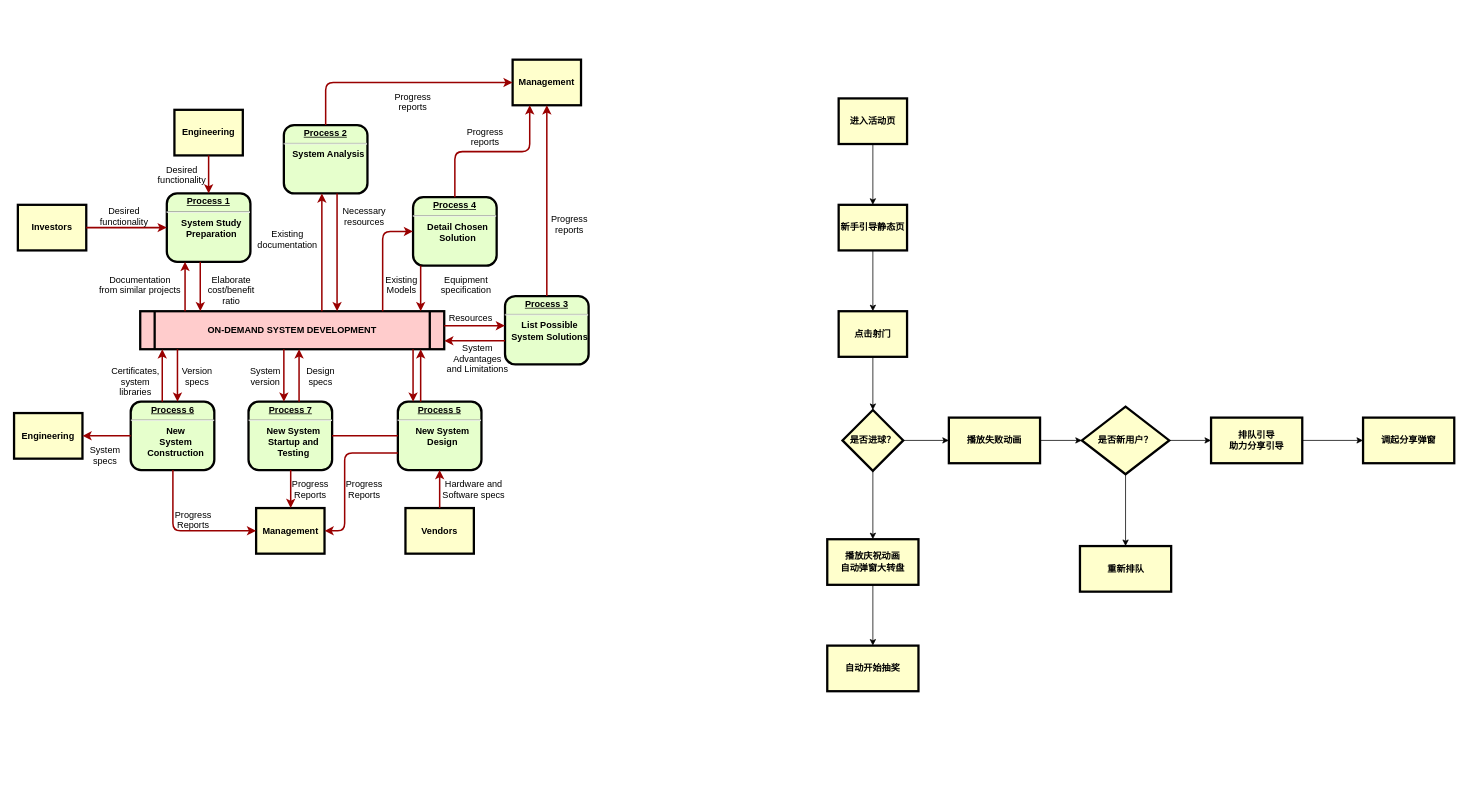
Above: 未命名绘图.drawio in ai10879432/installipa (draw.io), before the change. Source tidied: cells renumbered, new cells numbered last; positions are measured from the earlier drawing's top-left corner, leaving out a move shared by most shapes. Both pictures are drawn from the tidied source at 76%, with x=0, y=0 at pixel (14, 59).
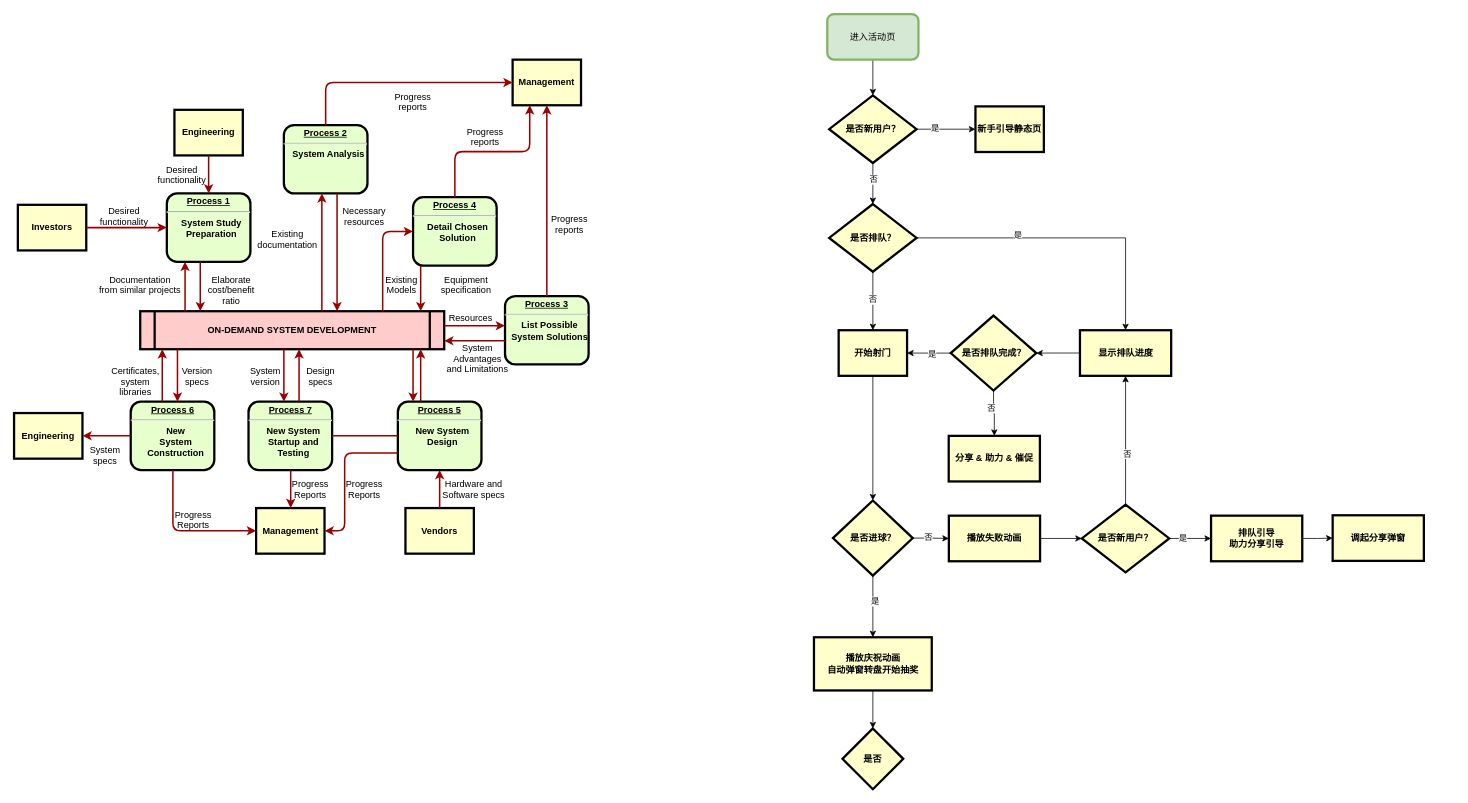
The same diagram, later.

Unchanged cells that the change refers to:
```xml
<mxCell id="69" style="edgeStyle=orthogonalEdgeStyle;rounded=0;jettySize=auto;html=1;" parent="1" edge="1" source="71" target="73">
  <mxGeometry relative="1" as="geometry" />
</mxCell>
<mxCell id="70" style="edgeStyle=orthogonalEdgeStyle;rounded=0;jettySize=auto;html=1;" parent="1" edge="1" source="71" target="76">
  <mxGeometry relative="1" as="geometry" />
</mxCell>
<mxCell id="77" style="edgeStyle=orthogonalEdgeStyle;rounded=0;jettySize=auto;html=1;" parent="1" edge="1" source="79" target="81">
  <mxGeometry relative="1" as="geometry" />
</mxCell>
```

Diff of the diagram source:
```diff
@@
-    <mxCell id="63" style="edgeStyle=orthogonalEdgeStyle;rounded=0;jettySize=auto;html=1;" parent="1" edge="1" source="64" target="66">
-      <mxGeometry relative="1" as="geometry" />
-    </mxCell>
-    <mxCell id="64" value="进入活动页" style="whiteSpace=wrap;align=center;verticalAlign=middle;fontStyle=1;strokeWidth=3;fillColor=#FFFFCC;" parent="1" vertex="1">
-      <mxGeometry x="1085" y="51" width="90" height="60" as="geometry" />
-    </mxCell>
-    <mxCell id="65" style="edgeStyle=orthogonalEdgeStyle;rounded=0;jettySize=auto;html=1;" parent="1" edge="1" source="66" target="68">
-      <mxGeometry relative="1" as="geometry" />
-    </mxCell>
     <mxCell id="66" value="新手引导静态页" style="whiteSpace=wrap;align=center;verticalAlign=middle;fontStyle=1;strokeWidth=3;fillColor=#FFFFCC;" parent="1" vertex="1">
-      <mxGeometry x="1085" y="191" width="90" height="60" as="geometry" />
+      <mxGeometry x="1265" y="61.5" width="90" height="60" as="geometry" />
     </mxCell>
@@
-    <mxCell id="68" value="点击射门" style="whiteSpace=wrap;align=center;verticalAlign=middle;fontStyle=1;strokeWidth=3;fillColor=#FFFFCC;" parent="1" vertex="1">
-      <mxGeometry x="1085" y="331" width="90" height="60" as="geometry" />
+    <mxCell id="68" value="开始射门" style="whiteSpace=wrap;align=center;verticalAlign=middle;fontStyle=1;strokeWidth=3;fillColor=#FFFFCC;" parent="1" vertex="1">
+      <mxGeometry x="1085" y="356" width="90" height="60" as="geometry" />
     </mxCell>
@@
+    <mxCell id="84" value="是" style="edgeLabel;html=1;align=center;verticalAlign=middle;" parent="69" vertex="1">
+      <mxGeometry x="-0.19" y="2" relative="1" as="geometry" />
+    </mxCell>
@@
+    <mxCell id="85" value="否" style="edgeLabel;html=1;align=center;verticalAlign=middle;" parent="70" vertex="1">
+      <mxGeometry x="-0.15" y="1" relative="1" as="geometry" />
+    </mxCell>
     <mxCell id="71" value="是否进球？" style="rhombus;whiteSpace=wrap;html=1;fillColor=#FFFFCC;fontStyle=1;strokeWidth=3;" parent="1" vertex="1">
-      <mxGeometry x="1090" y="461" width="80" height="80" as="geometry" />
+      <mxGeometry x="1077.5" y="580" width="105" height="99" as="geometry" />
     </mxCell>
-    <mxCell id="72" style="edgeStyle=orthogonalEdgeStyle;rounded=0;jettySize=auto;html=1;" parent="1" edge="1" source="73" target="74">
-      <mxGeometry relative="1" as="geometry" />
-    </mxCell>
+    <mxCell id="86" style="edgeStyle=orthogonalEdgeStyle;rounded=0;jettySize=auto;html=1;" parent="1" edge="1" source="73" target="109">
+      <mxGeometry relative="1" as="geometry" />
+    </mxCell>
-    <mxCell id="73" value="播放庆祝动画&lt;div&gt;自动弹窗大转盘&lt;/div&gt;" style="whiteSpace=wrap;html=1;fillColor=#FFFFCC;fontStyle=1;strokeWidth=3;" parent="1" vertex="1">
-      <mxGeometry x="1070" y="631" width="120" height="60" as="geometry" />
+    <mxCell id="73" value="播放庆祝动画&lt;div&gt;自动弹窗转盘开始抽奖&lt;/div&gt;" style="whiteSpace=wrap;html=1;fillColor=#FFFFCC;fontStyle=1;strokeWidth=3;" parent="1" vertex="1">
+      <mxGeometry x="1052.5" y="760" width="155" height="70" as="geometry" />
     </mxCell>
-    <mxCell id="74" value="自动开始抽奖" style="whiteSpace=wrap;html=1;fillColor=#FFFFCC;fontStyle=1;strokeWidth=3;" parent="1" vertex="1">
-      <mxGeometry x="1070" y="771" width="120" height="60" as="geometry" />
-    </mxCell>
@@
     <mxCell id="76" value="播放失败动画" style="whiteSpace=wrap;html=1;fillColor=#FFFFCC;fontStyle=1;strokeWidth=3;" parent="1" vertex="1">
-      <mxGeometry x="1230" y="471" width="120" height="60" as="geometry" />
+      <mxGeometry x="1230" y="600" width="120" height="60" as="geometry" />
     </mxCell>
@@
-    <mxCell id="78" style="edgeStyle=orthogonalEdgeStyle;rounded=0;jettySize=auto;html=1;" parent="1" edge="1" source="79" target="82">
-      <mxGeometry relative="1" as="geometry" />
-    </mxCell>
+    <mxCell id="87" value="是" style="edgeLabel;html=1;align=center;verticalAlign=middle;" parent="77" vertex="1">
+      <mxGeometry x="-0.38" y="1" relative="1" as="geometry" />
+    </mxCell>
+    <mxCell id="88" style="edgeStyle=orthogonalEdgeStyle;rounded=0;jettySize=auto;html=1;" parent="1" edge="1" source="79" target="102">
+      <mxGeometry relative="1" as="geometry" />
+    </mxCell>
+    <mxCell id="89" value="否" style="edgeLabel;html=1;align=center;verticalAlign=middle;" parent="88" vertex="1">
+      <mxGeometry x="-0.21" y="-2" relative="1" as="geometry" />
+    </mxCell>
     <mxCell id="79" value="是否新用户？" style="rhombus;whiteSpace=wrap;html=1;fillColor=#FFFFCC;fontStyle=1;strokeWidth=3;" parent="1" vertex="1">
-      <mxGeometry x="1405" y="456.5" width="115" height="89" as="geometry" />
+      <mxGeometry x="1405" y="585.5" width="115" height="89" as="geometry" />
     </mxCell>
@@
     <mxCell id="81" value="排队引导&lt;div&gt;助力分享引导&lt;/div&gt;" style="whiteSpace=wrap;html=1;fillColor=#FFFFCC;fontStyle=1;strokeWidth=3;" parent="1" vertex="1">
-      <mxGeometry x="1575" y="471" width="120" height="60" as="geometry" />
+      <mxGeometry x="1575" y="600" width="120" height="60" as="geometry" />
     </mxCell>
-    <mxCell id="82" value="重新排队" style="whiteSpace=wrap;html=1;fillColor=#FFFFCC;fontStyle=1;strokeWidth=3;" parent="1" vertex="1">
-      <mxGeometry x="1402.5" y="640" width="120" height="60" as="geometry" />
-    </mxCell>
     <mxCell id="83" value="调起分享弹窗" style="whiteSpace=wrap;html=1;fillColor=#FFFFCC;fontStyle=1;strokeWidth=3;" parent="1" vertex="1">
-      <mxGeometry x="1775" y="471" width="120" height="60" as="geometry" />
+      <mxGeometry x="1735" y="599.5" width="120" height="60" as="geometry" />
     </mxCell>
+    <mxCell id="90" style="edgeStyle=orthogonalEdgeStyle;rounded=0;jettySize=auto;html=1;" parent="1" edge="1" source="94" target="66">
+      <mxGeometry relative="1" as="geometry" />
+    </mxCell>
+    <mxCell id="91" value="是" style="edgeLabel;html=1;align=center;verticalAlign=middle;" parent="90" vertex="1">
+      <mxGeometry x="-0.38" y="2" relative="1" as="geometry" />
+    </mxCell>
+    <mxCell id="92" style="edgeStyle=orthogonalEdgeStyle;rounded=0;jettySize=auto;html=1;" parent="1" edge="1" source="94" target="100">
+      <mxGeometry relative="1" as="geometry" />
+    </mxCell>
+    <mxCell id="93" value="否" style="edgeLabel;html=1;align=center;verticalAlign=middle;" parent="92" vertex="1">
+      <mxGeometry x="-0.23" relative="1" as="geometry" />
+    </mxCell>
+    <mxCell id="94" value="是否新用户？" style="rhombus;whiteSpace=wrap;html=1;fillColor=#FFFFCC;fontStyle=1;strokeWidth=3;" parent="1" vertex="1">
+      <mxGeometry x="1072.5" y="47" width="115" height="89" as="geometry" />
+    </mxCell>
+    <mxCell id="95" style="edgeStyle=orthogonalEdgeStyle;rounded=0;jettySize=auto;html=1;" parent="1" edge="1" source="64" target="94">
+      <mxGeometry relative="1" as="geometry" />
+    </mxCell>
+    <mxCell id="64" value="进入活动页" style="rounded=1;whiteSpace=wrap;html=1;fillColor=#d5e8d4;strokeWidth=3;strokeColor=#82b366;" parent="1" vertex="1">
+      <mxGeometry x="1070" y="-60" width="120" height="60" as="geometry" />
+    </mxCell>
+    <mxCell id="96" style="edgeStyle=orthogonalEdgeStyle;rounded=0;jettySize=auto;html=1;" parent="1" edge="1" source="100" target="68">
+      <mxGeometry relative="1" as="geometry" />
+    </mxCell>
+    <mxCell id="97" value="否" style="edgeLabel;html=1;align=center;verticalAlign=middle;" parent="96" vertex="1">
+      <mxGeometry x="-0.06" y="-1" relative="1" as="geometry" />
+    </mxCell>
+    <mxCell id="98" style="edgeStyle=orthogonalEdgeStyle;rounded=0;jettySize=auto;html=1;exitX=1;exitY=0.5;exitDx=0;exitDy=0;entryX=0.5;entryY=0;entryDx=0;entryDy=0;" parent="1" edge="1" source="100" target="102">
+      <mxGeometry relative="1" as="geometry" />
+    </mxCell>
+    <mxCell id="99" value="是" style="edgeLabel;html=1;align=center;verticalAlign=middle;" parent="98" vertex="1">
+      <mxGeometry x="-0.33" y="4" relative="1" as="geometry" />
+    </mxCell>
+    <mxCell id="100" value="是否排队？" style="rhombus;whiteSpace=wrap;html=1;fillColor=#FFFFCC;fontStyle=1;strokeWidth=3;" parent="1" vertex="1">
+      <mxGeometry x="1072.5" y="190" width="115" height="89" as="geometry" />
+    </mxCell>
+    <mxCell id="101" style="edgeStyle=orthogonalEdgeStyle;rounded=0;jettySize=auto;html=1;" parent="1" edge="1" source="102" target="107">
+      <mxGeometry relative="1" as="geometry" />
+    </mxCell>
+    <mxCell id="102" value="显示排队进度" style="whiteSpace=wrap;html=1;fillColor=#FFFFCC;fontStyle=1;strokeWidth=3;" parent="1" vertex="1">
+      <mxGeometry x="1402.5" y="356" width="120" height="60" as="geometry" />
+    </mxCell>
+    <mxCell id="103" style="edgeStyle=orthogonalEdgeStyle;rounded=0;jettySize=auto;html=1;" parent="1" edge="1" source="107" target="68">
+      <mxGeometry relative="1" as="geometry" />
+    </mxCell>
+    <mxCell id="104" value="是" style="edgeLabel;html=1;align=center;verticalAlign=middle;" parent="103" vertex="1">
+      <mxGeometry x="-0.13" y="1" relative="1" as="geometry" />
+    </mxCell>
+    <mxCell id="105" style="edgeStyle=orthogonalEdgeStyle;rounded=0;jettySize=auto;html=1;" parent="1" edge="1" source="107" target="108">
+      <mxGeometry relative="1" as="geometry" />
+    </mxCell>
+    <mxCell id="106" value="否" style="edgeLabel;html=1;align=center;verticalAlign=middle;" parent="105" vertex="1">
+      <mxGeometry x="-0.24" y="-3" relative="1" as="geometry" />
+    </mxCell>
+    <mxCell id="107" value="是否排队完成？" style="rhombus;whiteSpace=wrap;html=1;fillColor=#FFFFCC;fontStyle=1;strokeWidth=3;" parent="1" vertex="1">
+      <mxGeometry x="1232.5" y="336.8" width="112.5" height="98.5" as="geometry" />
+    </mxCell>
+    <mxCell id="108" value="分享 &amp;amp; 助力 &amp;amp; 催促" style="whiteSpace=wrap;html=1;fillColor=#FFFFCC;fontStyle=1;strokeWidth=3;" parent="1" vertex="1">
+      <mxGeometry x="1229.8" y="495" width="120" height="60" as="geometry" />
+    </mxCell>
+    <mxCell id="109" value="是否" style="rhombus;whiteSpace=wrap;html=1;fillColor=#FFFFCC;fontStyle=1;strokeWidth=3;" parent="1" vertex="1">
+      <mxGeometry x="1090" y="880" width="80" height="80" as="geometry" />
+    </mxCell>
```
